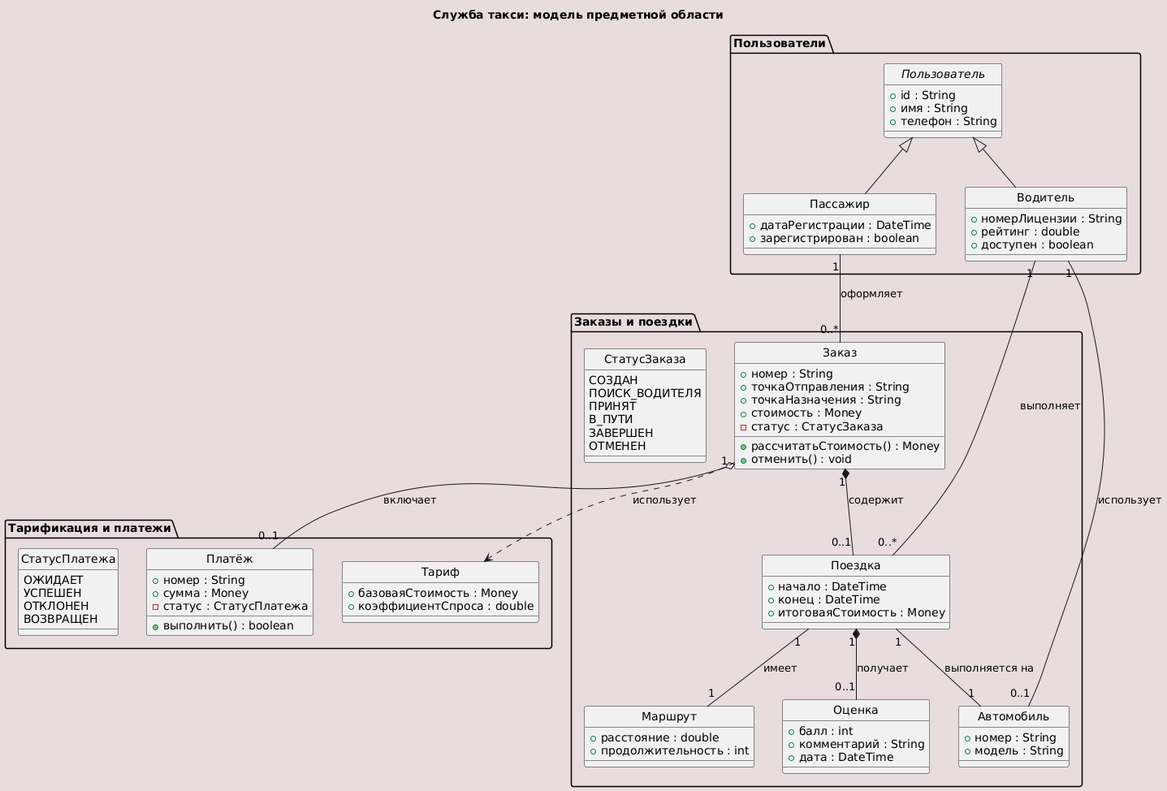
The PlantUML diagram out/png/domain.png in Allureeee/uml-kuznetsova-20, before a commit. Its diagram source:
```plantuml
@startuml
!include ../../_style.puml

title Служба такси: модель предметной области

hide circle

package "Пользователи" {

    abstract class Пользователь {
        + id : String
        + имя : String
        + телефон : String
    }

    class Пассажир {
        + датаРегистрации : DateTime
        + зарегистрирован : boolean
    }

    class Водитель {
        + номерЛицензии : String
        + рейтинг : double
        + доступен : boolean
    }

    Пользователь <|-- Пассажир
    Пользователь <|-- Водитель
}

package "Заказы и поездки" {

    class Заказ {
        + номер : String
        + точкаОтправления : String
        + точкаНазначения : String
        + стоимость : Money
        - статус : СтатусЗаказа

        + рассчитатьСтоимость() : Money
        + отменить() : void
    }

    class Поездка {
        + начало : DateTime
        + конец : DateTime
        + итоговаяСтоимость : Money
    }

    class Автомобиль {
        + номер : String
        + модель : String
    }

    class Маршрут {
        + расстояние : double
        + продолжительность : int
    }

    class Оценка {
        + балл : int
        + комментарий : String
        + дата : DateTime
    }

    enum СтатусЗаказа {
        СОЗДАН
        ПОИСК_ВОДИТЕЛЯ
        ПРИНЯТ
        В_ПУТИ
        ЗАВЕРШЕН
        ОТМЕНЕН
    }
}

package "Тарификация и платежи" {

    class Тариф {
        + базоваяСтоимость : Money
        + коэффициентСпроса : double
    }

    class Платёж {
        + номер : String
        + сумма : Money
        - статус : СтатусПлатежа

        + выполнить() : boolean
    }

    enum СтатусПлатежа {
        ОЖИДАЕТ
        УСПЕШЕН
        ОТКЛОНЕН
        ВОЗВРАЩЕН
    }
}

Пассажир "1" -- "0..*" Заказ : оформляет

Водитель "1" -- "0..*" Поездка : выполняет

Водитель "1" -- "0..1" Автомобиль : использует

Заказ "1" *-- "0..1" Поездка : содержит

Поездка "1" -- "1" Маршрут : имеет

Поездка "1" *-- "0..1" Оценка : получает

Поездка "1" -- "1" Автомобиль : выполняется на

Заказ "1" o-- "0..1" Платёж : включает

Заказ ..> Тариф : использует

@enduml
```
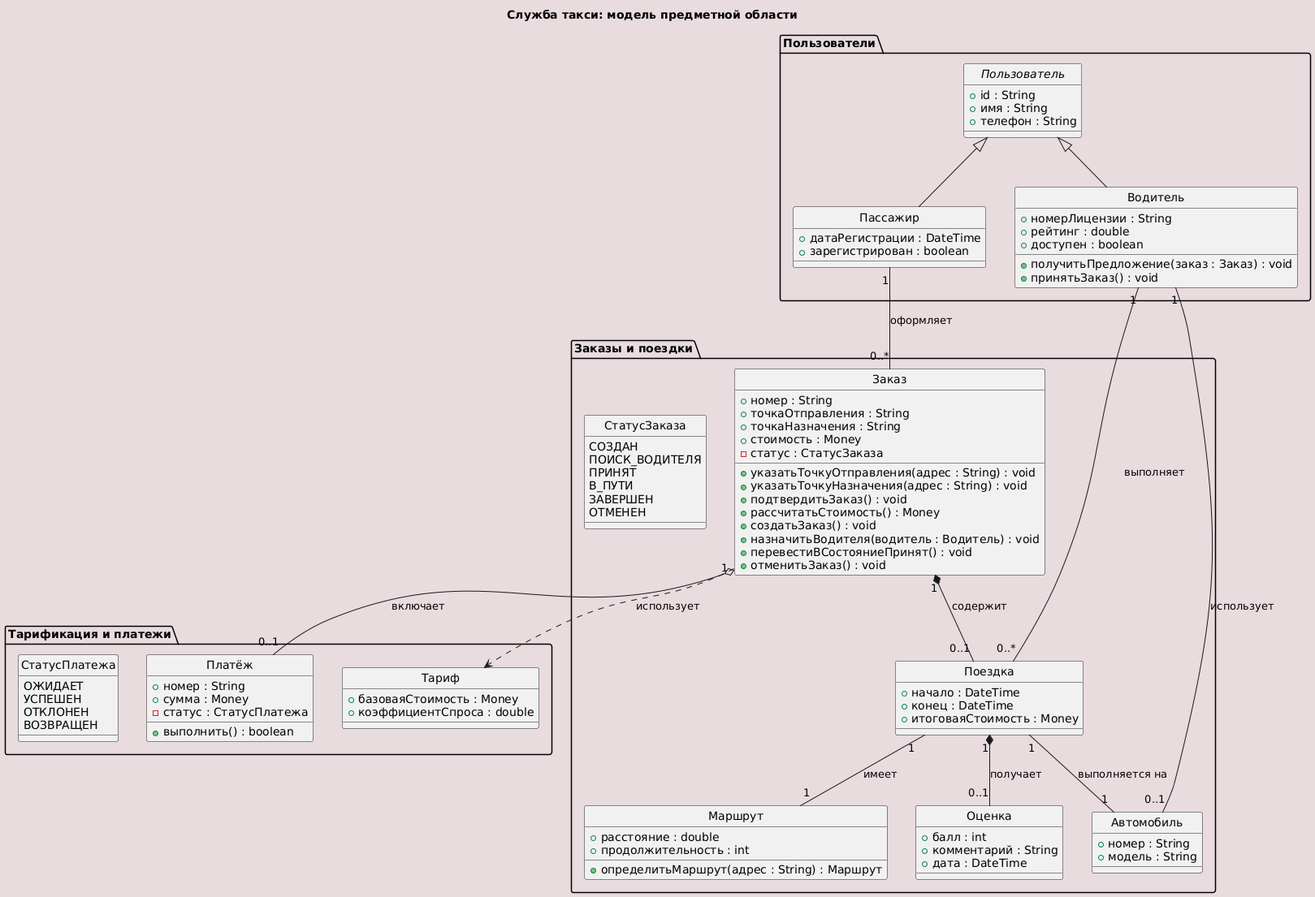
Above is the later version.

The edit, as a diff of the source:
```diff
@@ -22,6 +22,8 @@
         + номерЛицензии : String
         + рейтинг : double
         + доступен : boolean
+        + получитьПредложение(заказ : Заказ) : void
+        + принятьЗаказ() : void
     }
 
     Пользователь <|-- Пассажир
@@ -37,8 +39,14 @@
         + стоимость : Money
         - статус : СтатусЗаказа
 
+        + указатьТочкуОтправления(адрес : String) : void
+        + указатьТочкуНазначения(адрес : String) : void
+        + подтвердитьЗаказ() : void
         + рассчитатьСтоимость() : Money
-        + отменить() : void
+        + создатьЗаказ() : void
+        + назначитьВодителя(водитель : Водитель) : void
+        + перевестиВСостояниеПринят() : void
+        + отменитьЗаказ() : void
     }
 
     class Поездка {
@@ -55,6 +63,7 @@
     class Маршрут {
         + расстояние : double
         + продолжительность : int
+        + определитьМаршрут(адрес : String) : Маршрут
     }
 
     class Оценка {
```
